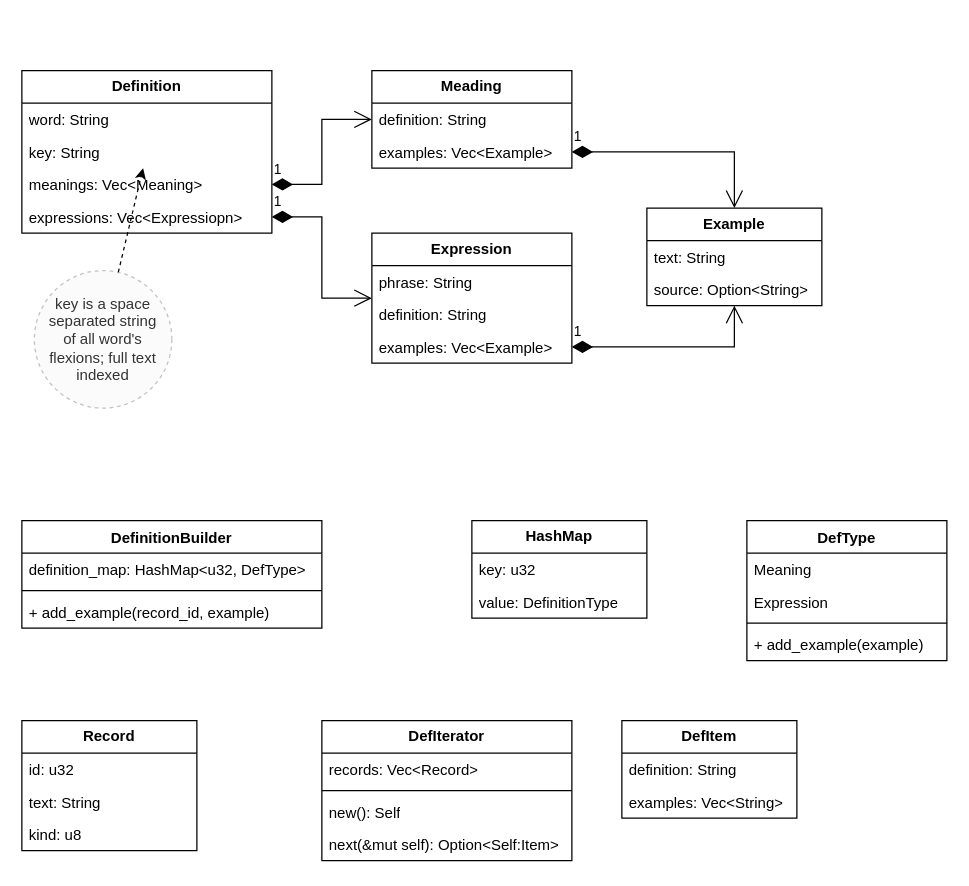
Above: page "Page-3" (3 of 4) of doc/diagrams.drawio in js-lib-rust/dex (draw.io), before the change. Source tidied: cells renumbered, new cells numbered last; positions are measured from the earlier drawing's top-left corner, leaving out a move shared by most shapes. Both pictures are drawn from the tidied source at 125%, with x=0, y=0 at pixel (21, 70).
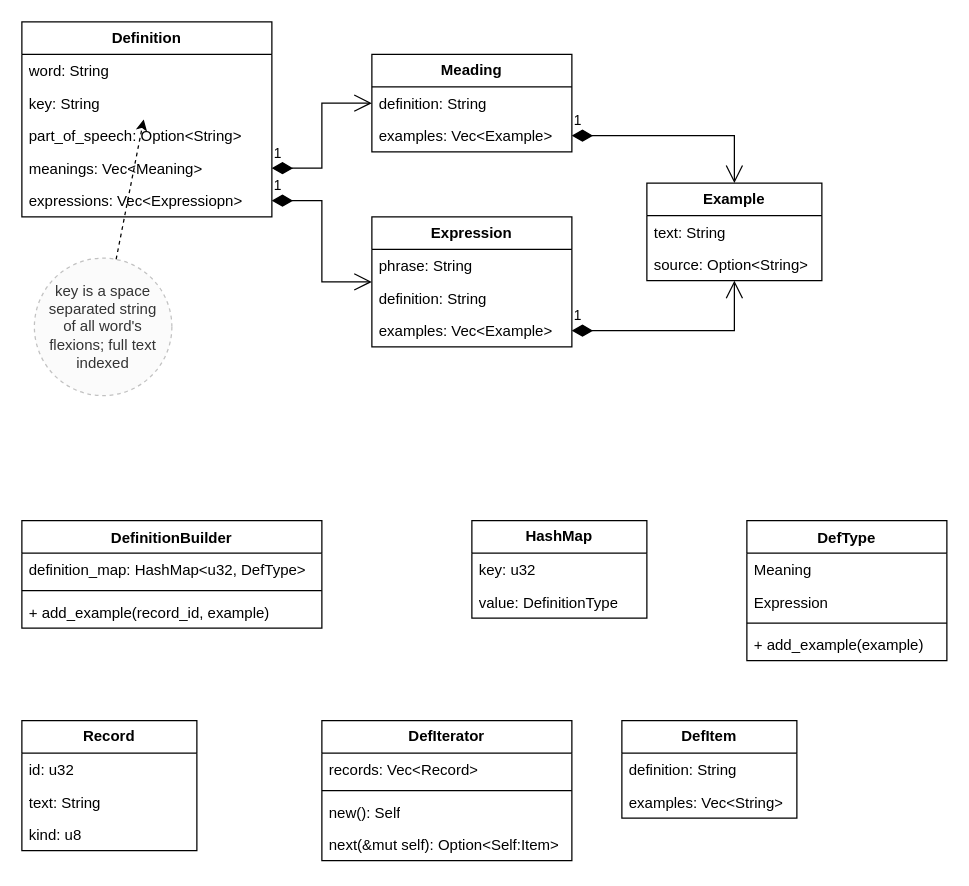
The same page after the edit.

Commit message (it also covers changes not shown here):
Add optional part of speech to word definition.

Diff of the diagram source:
```diff
@@
     <mxCell id="2" value="Definition" style="swimlane;fontStyle=1;horizontal=1;startSize=26;fillColor=none;whiteSpace=wrap;html=1;" parent="1" vertex="1">
-      <mxGeometry width="200" height="130" as="geometry" />
+      <mxGeometry y="-39" width="200" height="156" as="geometry" />
     </mxCell>
@@
+    <mxCell id="47" value="part_of_speech: Option&amp;lt;String&amp;gt;" style="text;strokeColor=none;fillColor=none;align=left;verticalAlign=top;spacingLeft=4;spacingRight=4;overflow=hidden;whiteSpace=wrap;html=1;" parent="2" vertex="1">
+      <mxGeometry y="78" width="200" height="26" as="geometry" />
+    </mxCell>
     <mxCell id="5" value="meanings: Vec&amp;lt;Meaning&amp;gt;" style="text;strokeColor=none;fillColor=none;align=left;verticalAlign=top;spacingLeft=4;spacingRight=4;overflow=hidden;points=[[0,0.5],[1,0.5]];portConstraint=eastwest;whiteSpace=wrap;html=1;" parent="2" vertex="1">
-      <mxGeometry y="78" width="200" height="26" as="geometry" />
+      <mxGeometry y="104" width="200" height="26" as="geometry" />
     </mxCell>
     <mxCell id="6" value="expressions: Vec&amp;lt;Expressiopn&amp;gt;" style="text;strokeColor=none;fillColor=none;align=left;verticalAlign=top;spacingLeft=4;spacingRight=4;overflow=hidden;points=[[0,0.5],[1,0.5]];portConstraint=eastwest;whiteSpace=wrap;html=1;" parent="2" vertex="1">
-      <mxGeometry y="104" width="200" height="26" as="geometry" />
+      <mxGeometry y="130" width="200" height="26" as="geometry" />
     </mxCell>
     <mxCell id="7" value="Meading" style="swimlane;fontStyle=1;horizontal=1;startSize=26;fillColor=none;whiteSpace=wrap;html=1;" parent="1" vertex="1">
-      <mxGeometry x="280" width="160" height="78" as="geometry" />
+      <mxGeometry x="280" y="-13" width="160" height="78" as="geometry" />
     </mxCell>
@@
     <mxCell id="12" value="key is a space separated string of all word's flexions; full text indexed" style="ellipse;whiteSpace=wrap;html=1;spacing=10;dashed=1;fillColor=#f5f5f5;fontColor=#333333;strokeColor=#666666;opacity=40;" parent="1" vertex="1">
-      <mxGeometry x="10" y="160" width="110" height="110" as="geometry" />
+      <mxGeometry x="10" y="150" width="110" height="110" as="geometry" />
     </mxCell>
     <mxCell id="13" value="Example" style="swimlane;fontStyle=1;horizontal=1;startSize=26;fillColor=none;whiteSpace=wrap;html=1;" parent="1" vertex="1">
-      <mxGeometry x="500" y="110" width="140" height="78" as="geometry" />
+      <mxGeometry x="500" y="90" width="140" height="78" as="geometry" />
     </mxCell>
@@
     <mxCell id="17" value="Expression" style="swimlane;fontStyle=1;horizontal=1;startSize=26;fillColor=none;whiteSpace=wrap;html=1;" parent="1" vertex="1">
-      <mxGeometry x="280" y="130" width="160" height="104" as="geometry" />
+      <mxGeometry x="280" y="117" width="160" height="104" as="geometry" />
     </mxCell>
```
